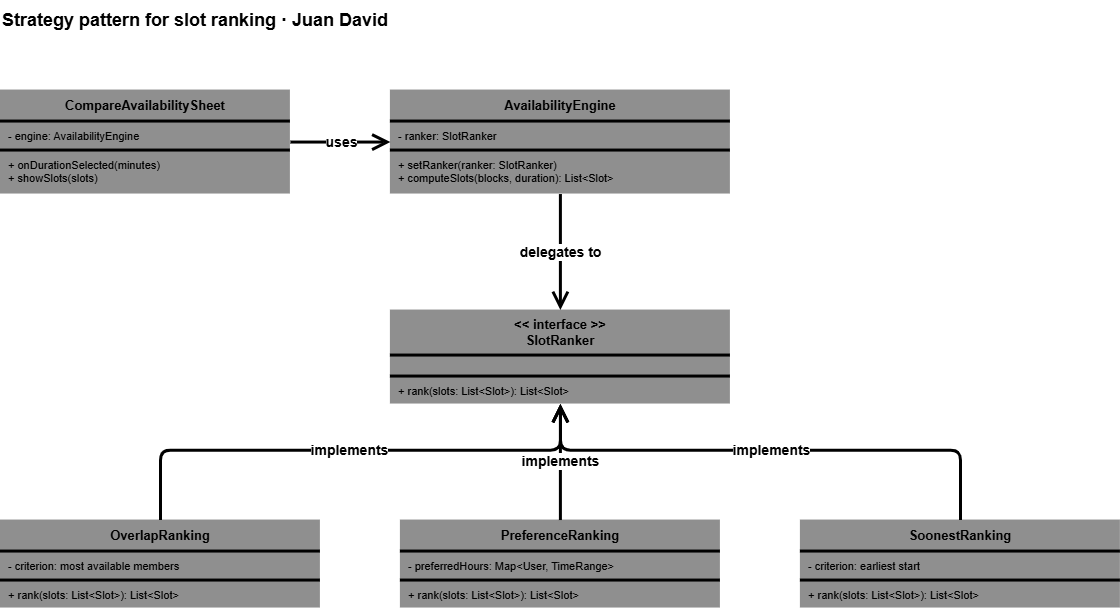
Earlier version of the draw.io export img/Strategypattern.png (CONSTR-APLICACIONES-MOVILES/Sprint-2-Java). Source tidied: cells renumbered, new cells last; positions are measured from the earlier drawing's top-left corner, leaving out a move shared by most shapes.
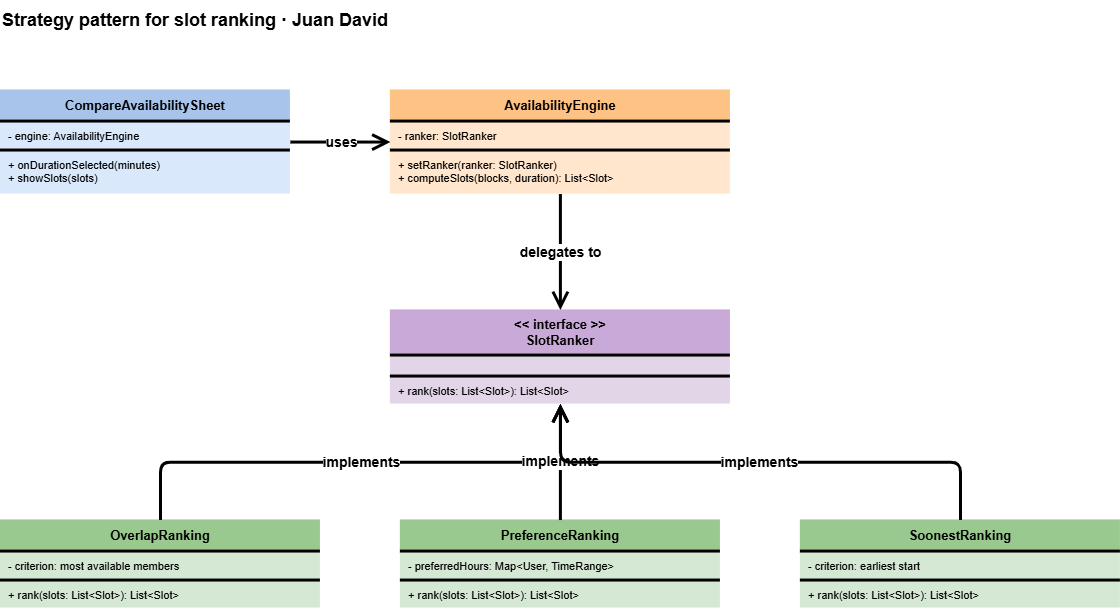
After the change.

The edit, as a diff of the source:
```diff
@@ -5,10 +5,10 @@
     <mxCell id="2" value="Strategy pattern for slot ranking · Juan David" style="text;html=1;align=left;verticalAlign=middle;fontSize=18;fontStyle=1;fontColor=#000000;" parent="1" vertex="1">
       <mxGeometry width="1100" height="40" as="geometry" />
     </mxCell>
-    <mxCell id="3" style="rounded=0;whiteSpace=wrap;html=1;fillColor=#8F8F8F;strokeColor=none;" parent="1" vertex="1">
+    <mxCell id="3" style="rounded=0;whiteSpace=wrap;html=1;fillColor=#DAE8FC;strokeColor=none;" parent="1" vertex="1">
       <mxGeometry y="90" width="290" height="104" as="geometry" />
     </mxCell>
-    <mxCell id="4" value="CompareAvailabilitySheet" style="text;html=1;align=center;verticalAlign=middle;fontStyle=1;fontSize=13;fontColor=#000000;whiteSpace=wrap;" parent="3" vertex="1">
+    <mxCell id="4" value="CompareAvailabilitySheet" style="text;html=1;align=center;verticalAlign=middle;fontStyle=1;fontSize=13;fontColor=#000000;whiteSpace=wrap;fillColor=#A9C4EB;strokeColor=none;" parent="3" vertex="1">
       <mxGeometry width="290" height="30" as="geometry" />
     </mxCell>
     <mxCell id="5" style="rounded=0;whiteSpace=wrap;html=1;fillColor=#000000;strokeColor=none;" parent="3" vertex="1">
@@ -23,10 +23,10 @@
     <mxCell id="8" value="+ onDurationSelected(minutes)&lt;br&gt;+ showSlots(slots)" style="text;html=1;align=left;verticalAlign=top;fontSize=11;fontColor=#000000;spacingLeft=6;whiteSpace=wrap;" parent="3" vertex="1">
       <mxGeometry y="62" width="290" height="42" as="geometry" />
     </mxCell>
-    <mxCell id="9" style="rounded=0;whiteSpace=wrap;html=1;fillColor=#8F8F8F;strokeColor=none;" parent="1" vertex="1">
+    <mxCell id="9" style="rounded=0;whiteSpace=wrap;html=1;fillColor=#FFE6CC;strokeColor=none;" parent="1" vertex="1">
       <mxGeometry x="390" y="90" width="340" height="104" as="geometry" />
     </mxCell>
-    <mxCell id="10" value="AvailabilityEngine" style="text;html=1;align=center;verticalAlign=middle;fontStyle=1;fontSize=13;fontColor=#000000;whiteSpace=wrap;" parent="9" vertex="1">
+    <mxCell id="10" value="AvailabilityEngine" style="text;html=1;align=center;verticalAlign=middle;fontStyle=1;fontSize=13;fontColor=#000000;whiteSpace=wrap;fillColor=#FFC285;strokeColor=none;" parent="9" vertex="1">
       <mxGeometry width="340" height="30" as="geometry" />
     </mxCell>
     <mxCell id="11" style="rounded=0;whiteSpace=wrap;html=1;fillColor=#000000;strokeColor=none;" parent="9" vertex="1">
@@ -41,10 +41,10 @@
     <mxCell id="14" value="+ setRanker(ranker: SlotRanker)&lt;br&gt;+ computeSlots(blocks, duration): List&amp;lt;Slot&amp;gt;" style="text;html=1;align=left;verticalAlign=top;fontSize=11;fontColor=#000000;spacingLeft=6;whiteSpace=wrap;" parent="9" vertex="1">
       <mxGeometry y="62" width="340" height="42" as="geometry" />
     </mxCell>
-    <mxCell id="15" style="rounded=0;whiteSpace=wrap;html=1;fillColor=#8F8F8F;strokeColor=none;" parent="1" vertex="1">
+    <mxCell id="15" style="rounded=0;whiteSpace=wrap;html=1;fillColor=#E1D5E7;strokeColor=none;" parent="1" vertex="1">
       <mxGeometry x="390" y="310" width="340" height="94" as="geometry" />
     </mxCell>
-    <mxCell id="16" value="&amp;lt;&amp;lt; interface &amp;gt;&amp;gt;&lt;br&gt;SlotRanker" style="text;html=1;align=center;verticalAlign=middle;fontStyle=1;fontSize=13;fontColor=#000000;whiteSpace=wrap;" parent="15" vertex="1">
+    <mxCell id="16" value="&amp;lt;&amp;lt; interface &amp;gt;&amp;gt;&lt;br&gt;SlotRanker" style="text;html=1;align=center;verticalAlign=middle;fontStyle=1;fontSize=13;fontColor=#000000;whiteSpace=wrap;fillColor=#C8A9D8;strokeColor=none;" parent="15" vertex="1">
       <mxGeometry width="340" height="44" as="geometry" />
     </mxCell>
     <mxCell id="17" style="rounded=0;whiteSpace=wrap;html=1;fillColor=#000000;strokeColor=none;" parent="15" vertex="1">
@@ -59,10 +59,10 @@
     <mxCell id="20" value="+ rank(slots: List&amp;lt;Slot&amp;gt;): List&amp;lt;Slot&amp;gt;" style="text;html=1;align=left;verticalAlign=top;fontSize=11;fontColor=#000000;spacingLeft=6;whiteSpace=wrap;" parent="15" vertex="1">
       <mxGeometry y="68" width="340" height="26" as="geometry" />
     </mxCell>
-    <mxCell id="21" style="rounded=0;whiteSpace=wrap;html=1;fillColor=#8F8F8F;strokeColor=none;" parent="1" vertex="1">
+    <mxCell id="21" style="rounded=0;whiteSpace=wrap;html=1;fillColor=#D5E8D4;strokeColor=none;" parent="1" vertex="1">
       <mxGeometry y="520" width="320" height="88" as="geometry" />
     </mxCell>
-    <mxCell id="22" value="OverlapRanking" style="text;html=1;align=center;verticalAlign=middle;fontStyle=1;fontSize=13;fontColor=#000000;whiteSpace=wrap;" parent="21" vertex="1">
+    <mxCell id="22" value="OverlapRanking" style="text;html=1;align=center;verticalAlign=middle;fontStyle=1;fontSize=13;fontColor=#000000;whiteSpace=wrap;fillColor=#9AC98F;strokeColor=none;" parent="21" vertex="1">
       <mxGeometry width="320" height="30" as="geometry" />
     </mxCell>
     <mxCell id="23" style="rounded=0;whiteSpace=wrap;html=1;fillColor=#000000;strokeColor=none;" parent="21" vertex="1">
@@ -77,10 +77,10 @@
     <mxCell id="26" value="+ rank(slots: List&amp;lt;Slot&amp;gt;): List&amp;lt;Slot&amp;gt;" style="text;html=1;align=left;verticalAlign=top;fontSize=11;fontColor=#000000;spacingLeft=6;whiteSpace=wrap;" parent="21" vertex="1">
       <mxGeometry y="62" width="320" height="26" as="geometry" />
     </mxCell>
-    <mxCell id="27" style="rounded=0;whiteSpace=wrap;html=1;fillColor=#8F8F8F;strokeColor=none;" parent="1" vertex="1">
+    <mxCell id="27" style="rounded=0;whiteSpace=wrap;html=1;fillColor=#D5E8D4;strokeColor=none;" parent="1" vertex="1">
       <mxGeometry x="400" y="520" width="320" height="88" as="geometry" />
     </mxCell>
-    <mxCell id="28" value="PreferenceRanking" style="text;html=1;align=center;verticalAlign=middle;fontStyle=1;fontSize=13;fontColor=#000000;whiteSpace=wrap;" parent="27" vertex="1">
+    <mxCell id="28" value="PreferenceRanking" style="text;html=1;align=center;verticalAlign=middle;fontStyle=1;fontSize=13;fontColor=#000000;whiteSpace=wrap;fillColor=#9AC98F;strokeColor=none;" parent="27" vertex="1">
       <mxGeometry width="320" height="30" as="geometry" />
     </mxCell>
     <mxCell id="29" style="rounded=0;whiteSpace=wrap;html=1;fillColor=#000000;strokeColor=none;" parent="27" vertex="1">
@@ -95,10 +95,10 @@
     <mxCell id="32" value="+ rank(slots: List&amp;lt;Slot&amp;gt;): List&amp;lt;Slot&amp;gt;" style="text;html=1;align=left;verticalAlign=top;fontSize=11;fontColor=#000000;spacingLeft=6;whiteSpace=wrap;" parent="27" vertex="1">
       <mxGeometry y="62" width="320" height="26" as="geometry" />
     </mxCell>
-    <mxCell id="33" style="rounded=0;whiteSpace=wrap;html=1;fillColor=#8F8F8F;strokeColor=none;" parent="1" vertex="1">
+    <mxCell id="33" style="rounded=0;whiteSpace=wrap;html=1;fillColor=#D5E8D4;strokeColor=none;" parent="1" vertex="1">
       <mxGeometry x="800" y="520" width="320" height="88" as="geometry" />
     </mxCell>
-    <mxCell id="34" value="SoonestRanking" style="text;html=1;align=center;verticalAlign=middle;fontStyle=1;fontSize=13;fontColor=#000000;whiteSpace=wrap;" parent="33" vertex="1">
+    <mxCell id="34" value="SoonestRanking" style="text;html=1;align=center;verticalAlign=middle;fontStyle=1;fontSize=13;fontColor=#000000;whiteSpace=wrap;fillColor=#9AC98F;strokeColor=none;" parent="33" vertex="1">
       <mxGeometry width="320" height="30" as="geometry" />
     </mxCell>
     <mxCell id="35" style="rounded=0;whiteSpace=wrap;html=1;fillColor=#000000;strokeColor=none;" parent="33" vertex="1">
@@ -120,23 +120,13 @@
       <mxGeometry relative="1" as="geometry" />
     </mxCell>
     <mxCell id="41" value="implements" style="edgeStyle=orthogonalEdgeStyle;rounded=1;html=1;endArrow=open;endSize=12;strokeWidth=3;strokeColor=#000000;fontStyle=1;fontSize=14;labelBackgroundColor=#FFFFFF;exitX=0.5;exitY=0;entryX=0.5;entryY=1;" parent="1" edge="1" source="21" target="15">
-      <mxGeometry relative="1" as="geometry">
-        <Array as="points">
-          <mxPoint x="160.1" y="450.1" />
-          <mxPoint x="560.1" y="450.1" />
-        </Array>
-      </mxGeometry>
+      <mxGeometry relative="1" as="geometry" />
     </mxCell>
     <mxCell id="42" value="implements" style="edgeStyle=orthogonalEdgeStyle;rounded=1;html=1;endArrow=open;endSize=12;strokeWidth=3;strokeColor=#000000;fontStyle=1;fontSize=14;labelBackgroundColor=#FFFFFF;exitX=0.5;exitY=0;entryX=0.5;entryY=1;" parent="1" edge="1" source="27" target="15">
       <mxGeometry relative="1" as="geometry" />
     </mxCell>
     <mxCell id="43" value="implements" style="edgeStyle=orthogonalEdgeStyle;rounded=1;html=1;endArrow=open;endSize=12;strokeWidth=3;strokeColor=#000000;fontStyle=1;fontSize=14;labelBackgroundColor=#FFFFFF;exitX=0.5;exitY=0;entryX=0.5;entryY=1;" parent="1" edge="1" source="33" target="15">
-      <mxGeometry relative="1" as="geometry">
-        <Array as="points">
-          <mxPoint x="960.1" y="450.1" />
-          <mxPoint x="560.1" y="450.1" />
-        </Array>
-      </mxGeometry>
+      <mxGeometry relative="1" as="geometry" />
     </mxCell>
   </root>
 </mxGraphModel>
```
